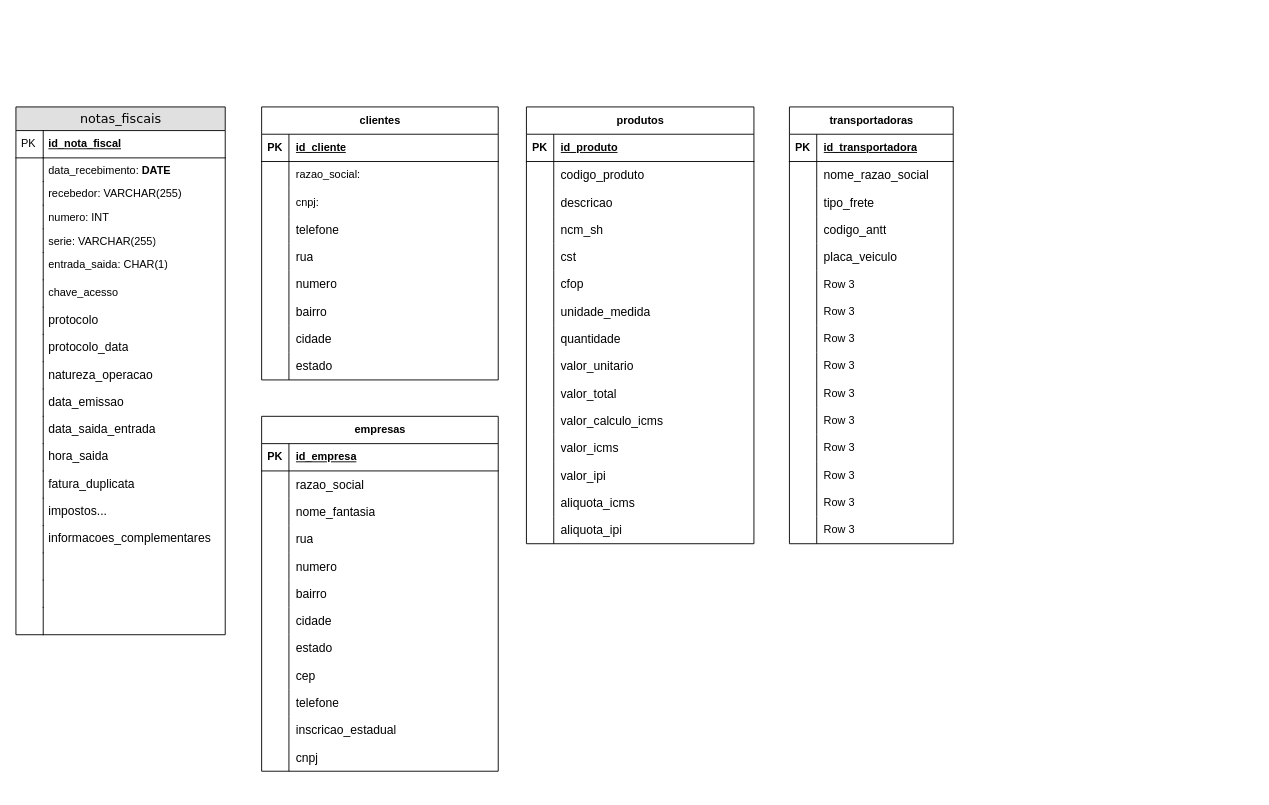
RenanSMA/3-Semestre keeps this draw.io diagram as Diagrama sem nome.drawio. Above is the earlier version. Source tidied: cells renumbered, new cells numbered last; positions are measured from the earlier drawing's top-left corner, leaving out a move shared by most shapes. Both pictures are drawn from the tidied source at 91%, with x=0, y=0 at pixel (15, 106).
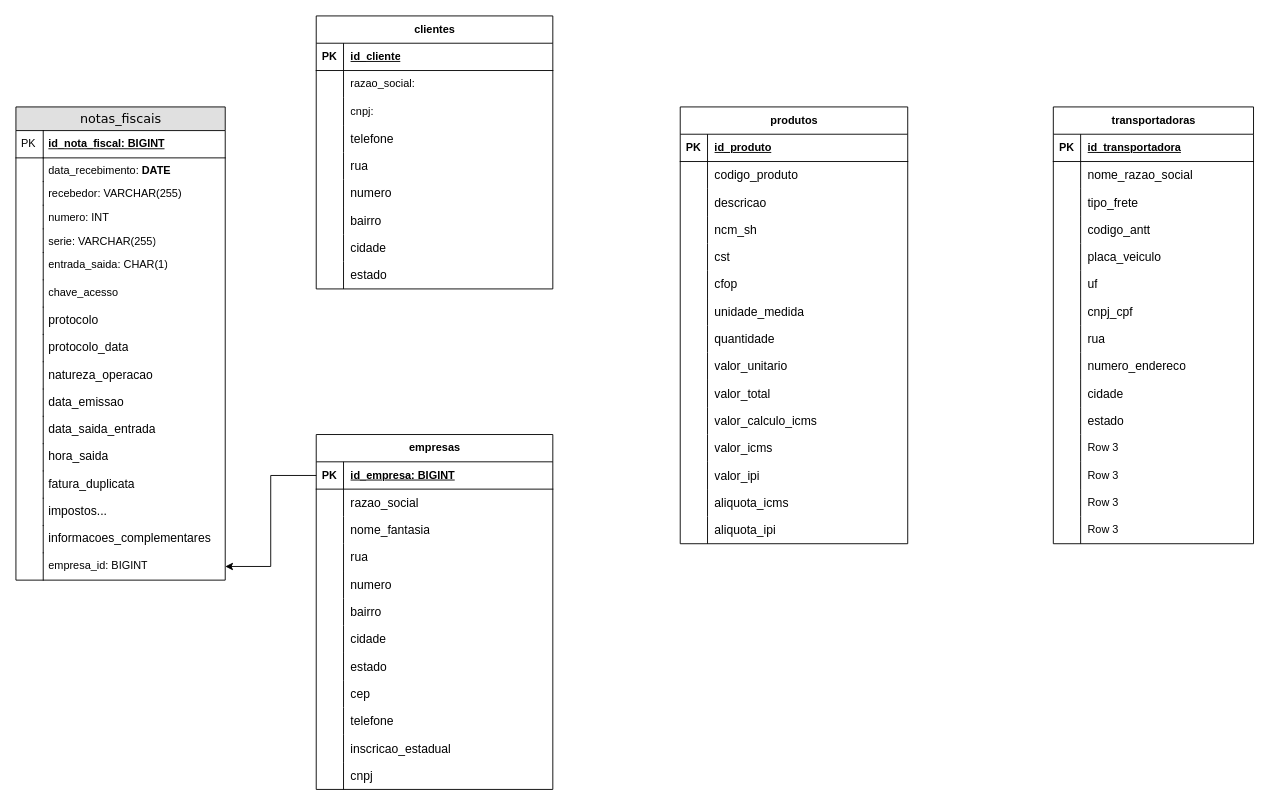
After the change.

Unchanged cells that the change refers to:
```xml
<mxCell id="70" style="shape=tableRow;horizontal=0;startSize=0;swimlaneHead=0;swimlaneBody=0;fillColor=none;points=[[0,0.5],[1,0.5]];portConstraint=eastwest;top=0;left=0;right=0;bottom=1;" parent="69" vertex="1">
  <mxGeometry y="30" width="260" height="30" as="geometry" />
</mxCell>
```

Change to the diagram source:
```diff
@@
     <mxCell id="2" value="notas_fiscais" style="swimlane;html=1;fontStyle=0;horizontal=1;startSize=26;fillColor=#e0e0e0;swimlaneFillColor=#ffffff;align=center;rounded=0;shadow=0;comic=0;labelBackgroundColor=none;strokeWidth=1;fontFamily=Verdana;fontSize=14;" parent="1" vertex="1">
-      <mxGeometry width="230" height="580" as="geometry" />
+      <mxGeometry width="230" height="520" as="geometry" />
     </mxCell>
-    <mxCell id="3" value="id_nota_fiscal" style="shape=partialRectangle;top=0;left=0;right=0;bottom=1;html=1;align=left;verticalAlign=middle;fillColor=none;spacingLeft=34;spacingRight=4;whiteSpace=wrap;overflow=hidden;fontStyle=5;" parent="2" vertex="1">
+    <mxCell id="3" value="id_nota_fiscal: BIGINT" style="shape=partialRectangle;top=0;left=0;right=0;bottom=1;html=1;align=left;verticalAlign=middle;fillColor=none;spacingLeft=34;spacingRight=4;whiteSpace=wrap;overflow=hidden;fontStyle=5;" parent="2" vertex="1">
       <mxGeometry y="26" width="230" height="30" as="geometry" />
     </mxCell>
@@
-    <mxCell id="35" style="shape=partialRectangle;top=0;left=0;right=0;bottom=0;html=1;align=left;verticalAlign=top;fillColor=none;spacingLeft=34;spacingRight=4;whiteSpace=wrap;overflow=hidden;points=[[0,0.5],[1,0.5]];portConstraint=eastwest;" parent="2" vertex="1">
+    <mxCell id="35" value="empresa_id: BIGINT" style="shape=partialRectangle;top=0;left=0;right=0;bottom=0;html=1;align=left;verticalAlign=top;fillColor=none;spacingLeft=34;spacingRight=4;whiteSpace=wrap;overflow=hidden;points=[[0,0.5],[1,0.5]];portConstraint=eastwest;" parent="2" vertex="1">
       <mxGeometry y="490" width="230" height="30" as="geometry" />
     </mxCell>
@@
-    <mxCell id="37" style="shape=partialRectangle;top=0;left=0;right=0;bottom=0;html=1;align=left;verticalAlign=top;fillColor=none;spacingLeft=34;spacingRight=4;whiteSpace=wrap;overflow=hidden;" parent="2" vertex="1">
-      <mxGeometry y="520" width="230" height="30" as="geometry" />
-    </mxCell>
-    <mxCell id="38" style="shape=partialRectangle;top=0;left=0;bottom=0;html=1;fillColor=none;align=left;verticalAlign=top;spacingLeft=4;spacingRight=4;whiteSpace=wrap;overflow=hidden;" parent="37" vertex="1">
-      <mxGeometry width="30" height="30" as="geometry" />
-    </mxCell>
-    <mxCell id="39" style="shape=partialRectangle;top=0;left=0;right=0;bottom=0;html=1;align=left;verticalAlign=top;fillColor=none;spacingLeft=34;spacingRight=4;whiteSpace=wrap;overflow=hidden;" parent="2" vertex="1">
-      <mxGeometry y="550" width="230" height="30" as="geometry" />
-    </mxCell>
-    <mxCell id="40" style="shape=partialRectangle;top=0;left=0;bottom=0;html=1;fillColor=none;align=left;verticalAlign=top;spacingLeft=4;spacingRight=4;whiteSpace=wrap;overflow=hidden;" parent="39" vertex="1">
-      <mxGeometry width="30" height="30" as="geometry" />
-    </mxCell>
     <mxCell id="41" value="clientes" style="shape=table;startSize=30;childLayout=tableLayout;rowLines=0;fontStyle=1;align=center;html=1;" parent="1" vertex="1">
-      <mxGeometry x="270" width="260" height="300" as="geometry" />
+      <mxGeometry x="330" y="-100" width="260" height="300" as="geometry" />
     </mxCell>
@@
     <mxCell id="69" value="empresas" style="shape=table;startSize=30;childLayout=tableLayout;rowLines=0;fontStyle=1;align=center;html=1;" parent="1" vertex="1">
-      <mxGeometry x="270" y="340" width="260" height="390" as="geometry" />
+      <mxGeometry x="330" y="360" width="260" height="390" as="geometry" />
     </mxCell>
@@
-    <mxCell id="72" value="id_empresa" style="shape=partialRectangle;fillColor=none;top=0;left=0;bottom=0;right=0;align=left;spacingLeft=6;fontStyle=5;overflow=hidden;whiteSpace=wrap;html=1;" parent="70" vertex="1">
+    <mxCell id="72" value="id_empresa: BIGINT" style="shape=partialRectangle;fillColor=none;top=0;left=0;bottom=0;right=0;align=left;spacingLeft=6;fontStyle=5;overflow=hidden;whiteSpace=wrap;html=1;" parent="70" vertex="1">
       <mxGeometry x="30" width="230" height="30" as="geometry" />
     </mxCell>
@@
     <mxCell id="106" value="produtos" style="shape=table;startSize=30;childLayout=tableLayout;rowLines=0;fontStyle=1;align=center;html=1;" parent="1" vertex="1">
-      <mxGeometry x="561" width="250" height="480" as="geometry" />
+      <mxGeometry x="730" width="250" height="480" as="geometry" />
     </mxCell>
@@
     <mxCell id="152" value="transportadoras" style="shape=table;startSize=30;childLayout=tableLayout;rowLines=0;fontStyle=1;align=center;html=1;" parent="1" vertex="1">
-      <mxGeometry x="850" width="180" height="480" as="geometry" />
+      <mxGeometry x="1140" width="220" height="480" as="geometry" />
     </mxCell>
     <mxCell id="153" style="shape=tableRow;horizontal=0;startSize=0;swimlaneHead=0;swimlaneBody=0;fillColor=none;top=0;left=0;right=0;bottom=1;" parent="152" vertex="1">
-      <mxGeometry y="30" width="180" height="30" as="geometry" />
+      <mxGeometry y="30" width="220" height="30" as="geometry" />
     </mxCell>
@@
     <mxCell id="155" value="id_transportadora" style="shape=partialRectangle;fillColor=none;top=0;left=0;bottom=0;right=0;align=left;spacingLeft=6;fontStyle=5;overflow=hidden;whiteSpace=wrap;html=1;" parent="153" vertex="1">
-      <mxGeometry x="30" width="150" height="30" as="geometry" />
+      <mxGeometry x="30" width="190" height="30" as="geometry" />
     </mxCell>
     <mxCell id="156" style="shape=tableRow;horizontal=0;startSize=0;swimlaneHead=0;swimlaneBody=0;fillColor=none;top=0;left=0;right=0;bottom=0;" parent="152" vertex="1">
-      <mxGeometry y="60" width="180" height="30" as="geometry" />
+      <mxGeometry y="60" width="220" height="30" as="geometry" />
     </mxCell>
@@
     <mxCell id="158" value="&lt;span style=&quot;font-size:10pt;font-family:Arial;font-style:normal;&quot;&gt;nome_razao_social&lt;/span&gt;" style="shape=partialRectangle;fillColor=none;top=0;left=0;bottom=0;right=0;align=left;spacingLeft=6;overflow=hidden;whiteSpace=wrap;html=1;" parent="156" vertex="1">
-      <mxGeometry x="30" width="150" height="30" as="geometry" />
+      <mxGeometry x="30" width="190" height="30" as="geometry" />
     </mxCell>
     <mxCell id="159" style="shape=tableRow;horizontal=0;startSize=0;swimlaneHead=0;swimlaneBody=0;fillColor=none;top=0;left=0;right=0;bottom=0;" parent="152" vertex="1">
-      <mxGeometry y="90" width="180" height="30" as="geometry" />
+      <mxGeometry y="90" width="220" height="30" as="geometry" />
     </mxCell>
@@
     <mxCell id="161" value="&lt;span style=&quot;font-size:10pt;font-family:Arial;font-style:normal;&quot;&gt;tipo_frete&lt;/span&gt;" style="shape=partialRectangle;fillColor=none;top=0;left=0;bottom=0;right=0;align=left;spacingLeft=6;overflow=hidden;whiteSpace=wrap;html=1;" parent="159" vertex="1">
-      <mxGeometry x="30" width="150" height="30" as="geometry" />
+      <mxGeometry x="30" width="190" height="30" as="geometry" />
     </mxCell>
     <mxCell id="162" style="shape=tableRow;horizontal=0;startSize=0;swimlaneHead=0;swimlaneBody=0;fillColor=none;top=0;left=0;right=0;bottom=0;" parent="152" vertex="1">
-      <mxGeometry y="120" width="180" height="30" as="geometry" />
+      <mxGeometry y="120" width="220" height="30" as="geometry" />
     </mxCell>
@@
     <mxCell id="164" value="&lt;span style=&quot;font-size:10pt;font-family:Arial;font-style:normal;&quot;&gt;codigo_antt&lt;/span&gt;" style="shape=partialRectangle;fillColor=none;top=0;left=0;bottom=0;right=0;align=left;spacingLeft=6;overflow=hidden;whiteSpace=wrap;html=1;" parent="162" vertex="1">
-      <mxGeometry x="30" width="150" height="30" as="geometry" />
+      <mxGeometry x="30" width="190" height="30" as="geometry" />
     </mxCell>
     <mxCell id="165" style="shape=tableRow;horizontal=0;startSize=0;swimlaneHead=0;swimlaneBody=0;fillColor=none;top=0;left=0;right=0;bottom=0;" parent="152" vertex="1">
-      <mxGeometry y="150" width="180" height="30" as="geometry" />
+      <mxGeometry y="150" width="220" height="30" as="geometry" />
     </mxCell>
@@
     <mxCell id="167" value="&lt;span style=&quot;font-size:10pt;font-family:Arial;font-style:normal;&quot;&gt;placa_veiculo&lt;/span&gt;" style="shape=partialRectangle;fillColor=none;top=0;left=0;bottom=0;right=0;align=left;spacingLeft=6;overflow=hidden;whiteSpace=wrap;html=1;" parent="165" vertex="1">
-      <mxGeometry x="30" width="150" height="30" as="geometry" />
+      <mxGeometry x="30" width="190" height="30" as="geometry" />
     </mxCell>
     <mxCell id="168" style="shape=tableRow;horizontal=0;startSize=0;swimlaneHead=0;swimlaneBody=0;fillColor=none;top=0;left=0;right=0;bottom=0;" parent="152" vertex="1">
-      <mxGeometry y="180" width="180" height="30" as="geometry" />
+      <mxGeometry y="180" width="220" height="30" as="geometry" />
     </mxCell>
@@
-    <mxCell id="170" value="Row 3" style="shape=partialRectangle;fillColor=none;top=0;left=0;bottom=0;right=0;align=left;spacingLeft=6;overflow=hidden;whiteSpace=wrap;html=1;" parent="168" vertex="1">
-      <mxGeometry x="30" width="150" height="30" as="geometry" />
+    <mxCell id="170" value="&lt;span style=&quot;font-size:10pt;font-family:Arial;font-style:normal;&quot;&gt;uf&lt;/span&gt;" style="shape=partialRectangle;fillColor=none;top=0;left=0;bottom=0;right=0;align=left;spacingLeft=6;overflow=hidden;whiteSpace=wrap;html=1;" parent="168" vertex="1">
+      <mxGeometry x="30" width="190" height="30" as="geometry" />
     </mxCell>
     <mxCell id="171" style="shape=tableRow;horizontal=0;startSize=0;swimlaneHead=0;swimlaneBody=0;fillColor=none;top=0;left=0;right=0;bottom=0;" parent="152" vertex="1">
-      <mxGeometry y="210" width="180" height="30" as="geometry" />
+      <mxGeometry y="210" width="220" height="30" as="geometry" />
     </mxCell>
@@
-    <mxCell id="173" value="Row 3" style="shape=partialRectangle;fillColor=none;top=0;left=0;bottom=0;right=0;align=left;spacingLeft=6;overflow=hidden;whiteSpace=wrap;html=1;" parent="171" vertex="1">
-      <mxGeometry x="30" width="150" height="30" as="geometry" />
+    <mxCell id="173" value="&lt;span style=&quot;font-size:10pt;font-family:Arial;font-style:normal;&quot;&gt;cnpj_cpf&lt;/span&gt;" style="shape=partialRectangle;fillColor=none;top=0;left=0;bottom=0;right=0;align=left;spacingLeft=6;overflow=hidden;whiteSpace=wrap;html=1;" parent="171" vertex="1">
+      <mxGeometry x="30" width="190" height="30" as="geometry" />
     </mxCell>
     <mxCell id="174" style="shape=tableRow;horizontal=0;startSize=0;swimlaneHead=0;swimlaneBody=0;fillColor=none;top=0;left=0;right=0;bottom=0;" parent="152" vertex="1">
-      <mxGeometry y="240" width="180" height="30" as="geometry" />
+      <mxGeometry y="240" width="220" height="30" as="geometry" />
     </mxCell>
@@
-    <mxCell id="176" value="Row 3" style="shape=partialRectangle;fillColor=none;top=0;left=0;bottom=0;right=0;align=left;spacingLeft=6;overflow=hidden;whiteSpace=wrap;html=1;" parent="174" vertex="1">
-      <mxGeometry x="30" width="150" height="30" as="geometry" />
+    <mxCell id="176" value="&lt;span style=&quot;font-size:10pt;font-family:Arial;font-style:normal;&quot;&gt;rua&lt;/span&gt;" style="shape=partialRectangle;fillColor=none;top=0;left=0;bottom=0;right=0;align=left;spacingLeft=6;overflow=hidden;whiteSpace=wrap;html=1;" parent="174" vertex="1">
+      <mxGeometry x="30" width="190" height="30" as="geometry" />
     </mxCell>
     <mxCell id="177" style="shape=tableRow;horizontal=0;startSize=0;swimlaneHead=0;swimlaneBody=0;fillColor=none;top=0;left=0;right=0;bottom=0;" parent="152" vertex="1">
-      <mxGeometry y="270" width="180" height="30" as="geometry" />
+      <mxGeometry y="270" width="220" height="30" as="geometry" />
     </mxCell>
@@
-    <mxCell id="179" value="Row 3" style="shape=partialRectangle;fillColor=none;top=0;left=0;bottom=0;right=0;align=left;spacingLeft=6;overflow=hidden;whiteSpace=wrap;html=1;" parent="177" vertex="1">
-      <mxGeometry x="30" width="150" height="30" as="geometry" />
+    <mxCell id="179" value="&lt;span style=&quot;font-size:10pt;font-family:Arial;font-style:normal;&quot;&gt;numero_endereco&lt;/span&gt;" style="shape=partialRectangle;fillColor=none;top=0;left=0;bottom=0;right=0;align=left;spacingLeft=6;overflow=hidden;whiteSpace=wrap;html=1;" parent="177" vertex="1">
+      <mxGeometry x="30" width="190" height="30" as="geometry" />
     </mxCell>
     <mxCell id="180" style="shape=tableRow;horizontal=0;startSize=0;swimlaneHead=0;swimlaneBody=0;fillColor=none;top=0;left=0;right=0;bottom=0;" parent="152" vertex="1">
-      <mxGeometry y="300" width="180" height="30" as="geometry" />
+      <mxGeometry y="300" width="220" height="30" as="geometry" />
     </mxCell>
@@
-    <mxCell id="182" value="Row 3" style="shape=partialRectangle;fillColor=none;top=0;left=0;bottom=0;right=0;align=left;spacingLeft=6;overflow=hidden;whiteSpace=wrap;html=1;" parent="180" vertex="1">
-      <mxGeometry x="30" width="150" height="30" as="geometry" />
+    <mxCell id="182" value="&lt;span style=&quot;font-size:10pt;font-family:Arial;font-style:normal;&quot;&gt;cidade&lt;/span&gt;" style="shape=partialRectangle;fillColor=none;top=0;left=0;bottom=0;right=0;align=left;spacingLeft=6;overflow=hidden;whiteSpace=wrap;html=1;" parent="180" vertex="1">
+      <mxGeometry x="30" width="190" height="30" as="geometry" />
     </mxCell>
     <mxCell id="183" style="shape=tableRow;horizontal=0;startSize=0;swimlaneHead=0;swimlaneBody=0;fillColor=none;top=0;left=0;right=0;bottom=0;" parent="152" vertex="1">
-      <mxGeometry y="330" width="180" height="30" as="geometry" />
+      <mxGeometry y="330" width="220" height="30" as="geometry" />
     </mxCell>
@@
-    <mxCell id="185" value="Row 3" style="shape=partialRectangle;fillColor=none;top=0;left=0;bottom=0;right=0;align=left;spacingLeft=6;overflow=hidden;whiteSpace=wrap;html=1;" parent="183" vertex="1">
-      <mxGeometry x="30" width="150" height="30" as="geometry" />
+    <mxCell id="185" value="&lt;span style=&quot;font-size:10pt;font-family:Arial;font-style:normal;&quot;&gt;estado&lt;/span&gt;" style="shape=partialRectangle;fillColor=none;top=0;left=0;bottom=0;right=0;align=left;spacingLeft=6;overflow=hidden;whiteSpace=wrap;html=1;" parent="183" vertex="1">
+      <mxGeometry x="30" width="190" height="30" as="geometry" />
     </mxCell>
     <mxCell id="186" style="shape=tableRow;horizontal=0;startSize=0;swimlaneHead=0;swimlaneBody=0;fillColor=none;top=0;left=0;right=0;bottom=0;" parent="152" vertex="1">
-      <mxGeometry y="360" width="180" height="30" as="geometry" />
+      <mxGeometry y="360" width="220" height="30" as="geometry" />
     </mxCell>
@@
     <mxCell id="188" value="Row 3" style="shape=partialRectangle;fillColor=none;top=0;left=0;bottom=0;right=0;align=left;spacingLeft=6;overflow=hidden;whiteSpace=wrap;html=1;" parent="186" vertex="1">
-      <mxGeometry x="30" width="150" height="30" as="geometry" />
+      <mxGeometry x="30" width="190" height="30" as="geometry" />
     </mxCell>
     <mxCell id="189" style="shape=tableRow;horizontal=0;startSize=0;swimlaneHead=0;swimlaneBody=0;fillColor=none;top=0;left=0;right=0;bottom=0;" parent="152" vertex="1">
-      <mxGeometry y="390" width="180" height="30" as="geometry" />
+      <mxGeometry y="390" width="220" height="30" as="geometry" />
     </mxCell>
@@
     <mxCell id="191" value="Row 3" style="shape=partialRectangle;fillColor=none;top=0;left=0;bottom=0;right=0;align=left;spacingLeft=6;overflow=hidden;whiteSpace=wrap;html=1;" parent="189" vertex="1">
-      <mxGeometry x="30" width="150" height="30" as="geometry" />
+      <mxGeometry x="30" width="190" height="30" as="geometry" />
     </mxCell>
     <mxCell id="192" style="shape=tableRow;horizontal=0;startSize=0;swimlaneHead=0;swimlaneBody=0;fillColor=none;top=0;left=0;right=0;bottom=0;" parent="152" vertex="1">
-      <mxGeometry y="420" width="180" height="30" as="geometry" />
+      <mxGeometry y="420" width="220" height="30" as="geometry" />
     </mxCell>
@@
     <mxCell id="194" value="Row 3" style="shape=partialRectangle;fillColor=none;top=0;left=0;bottom=0;right=0;align=left;spacingLeft=6;overflow=hidden;whiteSpace=wrap;html=1;" parent="192" vertex="1">
-      <mxGeometry x="30" width="150" height="30" as="geometry" />
+      <mxGeometry x="30" width="190" height="30" as="geometry" />
     </mxCell>
     <mxCell id="195" style="shape=tableRow;horizontal=0;startSize=0;swimlaneHead=0;swimlaneBody=0;fillColor=none;top=0;left=0;right=0;bottom=0;" parent="152" vertex="1">
-      <mxGeometry y="450" width="180" height="30" as="geometry" />
+      <mxGeometry y="450" width="220" height="30" as="geometry" />
     </mxCell>
@@
     <mxCell id="197" value="Row 3" style="shape=partialRectangle;fillColor=none;top=0;left=0;bottom=0;right=0;align=left;spacingLeft=6;overflow=hidden;whiteSpace=wrap;html=1;" parent="195" vertex="1">
-      <mxGeometry x="30" width="150" height="30" as="geometry" />
+      <mxGeometry x="30" width="190" height="30" as="geometry" />
     </mxCell>
+    <mxCell id="198" style="edgeStyle=orthogonalEdgeStyle;rounded=0;jettySize=auto;html=1;exitX=0;exitY=0.5;exitDx=0;exitDy=0;entryX=1;entryY=0.5;entryDx=0;entryDy=0;" parent="1" edge="1" source="70" target="35">
+      <mxGeometry relative="1" as="geometry" />
+    </mxCell>
```
